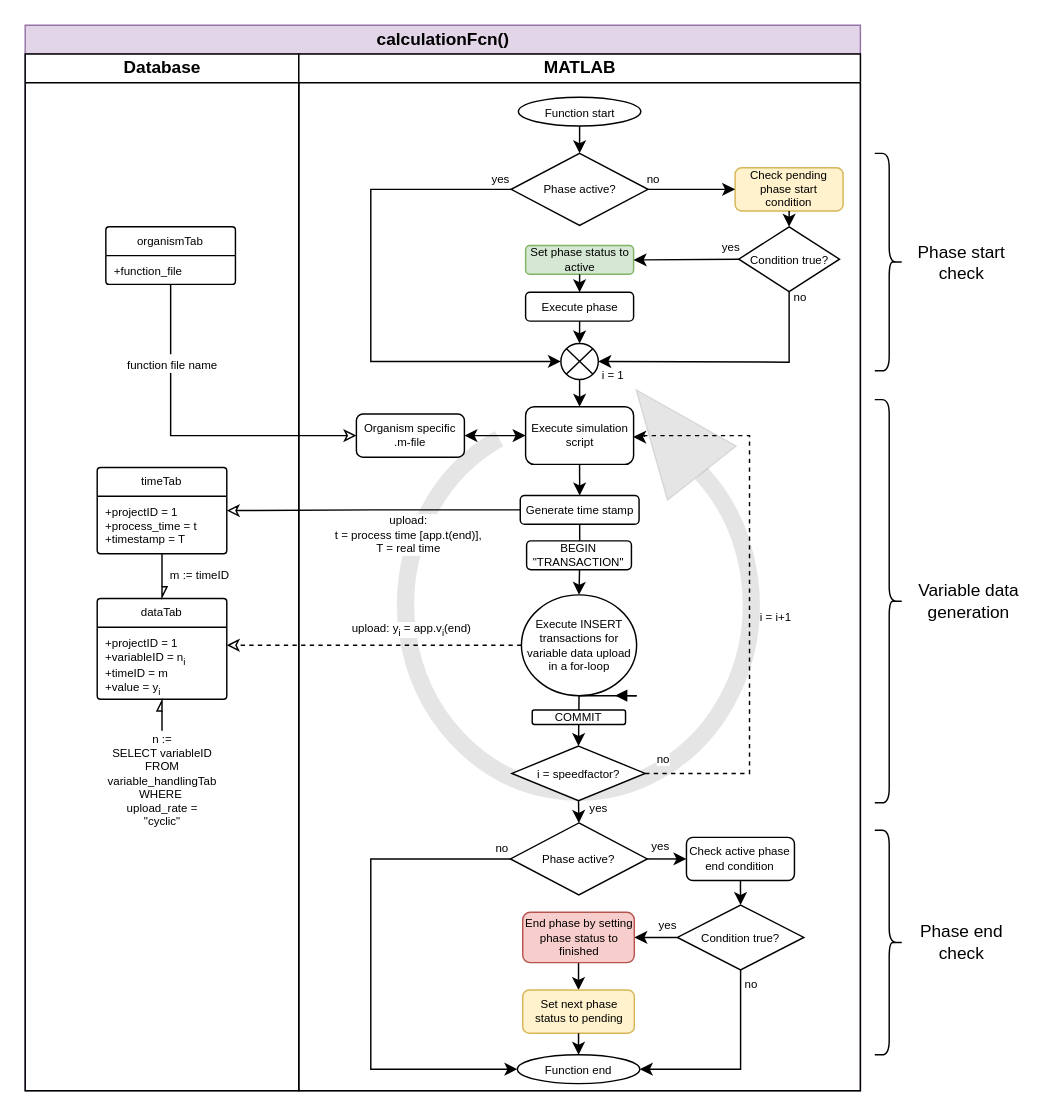
Earlier version of the draw.io diagram page "Page-2" (2 of 2) of ProcessCycle.drawio (Yumatlab/bioprocesssimulation). Source tidied: cells renumbered, new cells numbered last; positions are measured from the earlier drawing's top-left corner, leaving out a move shared by most shapes. Both pictures are drawn from the tidied source at 144%, with x=0, y=0 at pixel (24, 24).
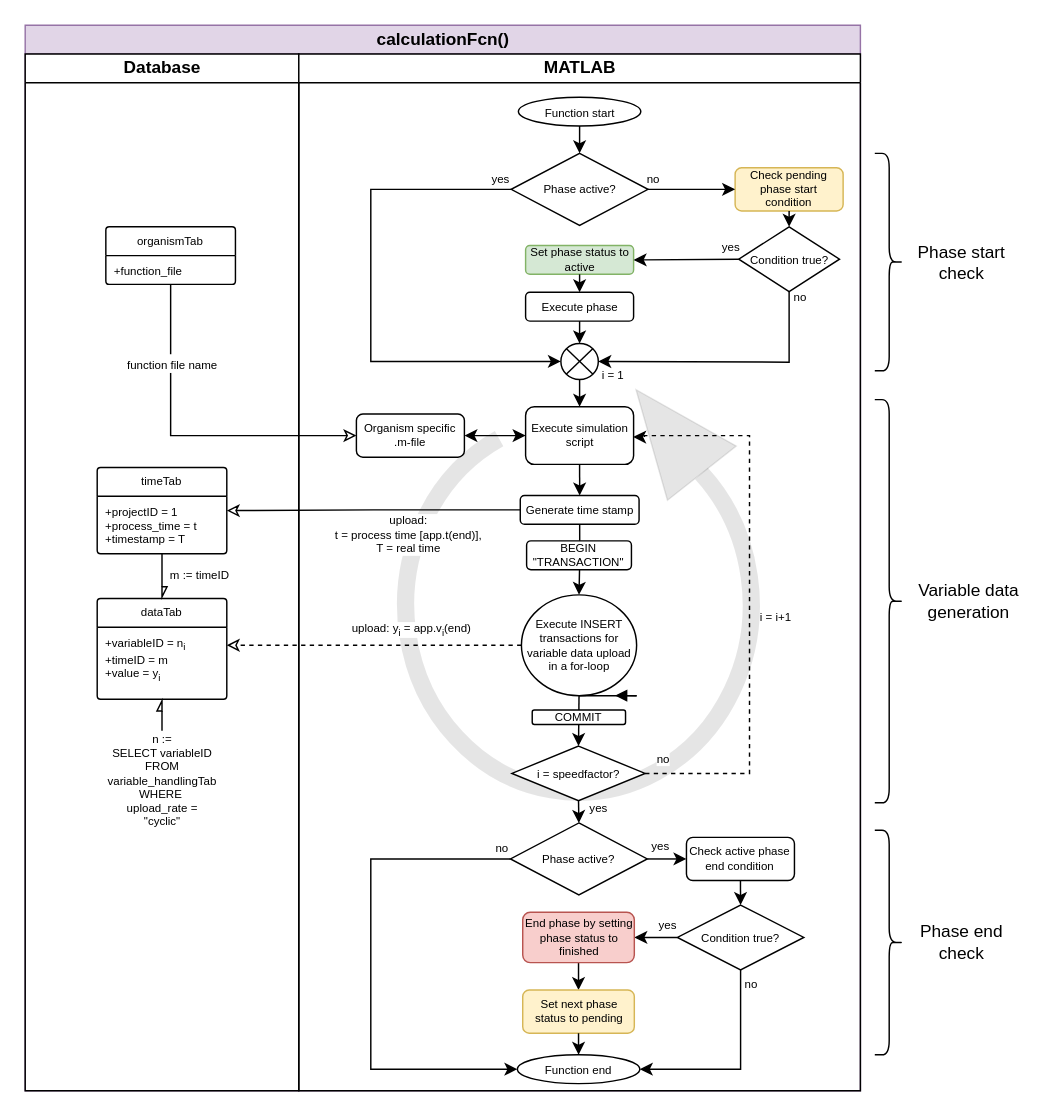
The same page after the edit.

Unchanged cells that the change refers to:
```xml
<mxCell id="6" value="dataTab" style="swimlane;horizontal=1;startSize=20;rounded=1;fontSize=8;fontStyle=0;strokeWidth=1;shadow=0;dashed=0;align=center;arcSize=4;whiteSpace=wrap;html=1;verticalAlign=middle;" parent="3" vertex="1">
  <mxGeometry x="50" y="378.1" width="90" height="70" as="geometry" />
</mxCell>
```

What changed in the source:
```diff
@@
-    <mxCell id="7" value="&lt;font style=&quot;font-size: 8px;&quot;&gt;+projectID = 1&lt;br style=&quot;font-size: 8px;&quot;&gt;&lt;/font&gt;&lt;div style=&quot;font-size: 8px;&quot;&gt;&lt;font style=&quot;font-size: 8px;&quot;&gt;+variableID = n&lt;sub&gt;i&lt;/sub&gt;&lt;/font&gt;&lt;/div&gt;&lt;div style=&quot;font-size: 8px;&quot;&gt;&lt;font style=&quot;font-size: 8px;&quot;&gt;+timeID = m&lt;/font&gt;&lt;/div&gt;&lt;div style=&quot;font-size: 8px;&quot;&gt;&lt;font style=&quot;font-size: 8px;&quot;&gt;+value = y&lt;sub&gt;i&lt;/sub&gt;&lt;/font&gt;&lt;/div&gt;" style="align=left;strokeColor=none;fillColor=none;spacingLeft=4;fontSize=8;verticalAlign=top;html=1;" parent="6" vertex="1">
+    <mxCell id="7" value="&lt;div style=&quot;font-size: 8px;&quot;&gt;&lt;font style=&quot;font-size: 8px;&quot;&gt;+variableID = n&lt;sub&gt;i&lt;/sub&gt;&lt;/font&gt;&lt;/div&gt;&lt;div style=&quot;font-size: 8px;&quot;&gt;&lt;font style=&quot;font-size: 8px;&quot;&gt;+timeID = m&lt;/font&gt;&lt;/div&gt;&lt;div style=&quot;font-size: 8px;&quot;&gt;&lt;font style=&quot;font-size: 8px;&quot;&gt;+value = y&lt;sub&gt;i&lt;/sub&gt;&lt;/font&gt;&lt;/div&gt;" style="align=left;strokeColor=none;fillColor=none;spacingLeft=4;fontSize=8;verticalAlign=top;html=1;" parent="6" vertex="1">
       <mxGeometry y="20" width="90" height="50" as="geometry" />
     </mxCell>
```
